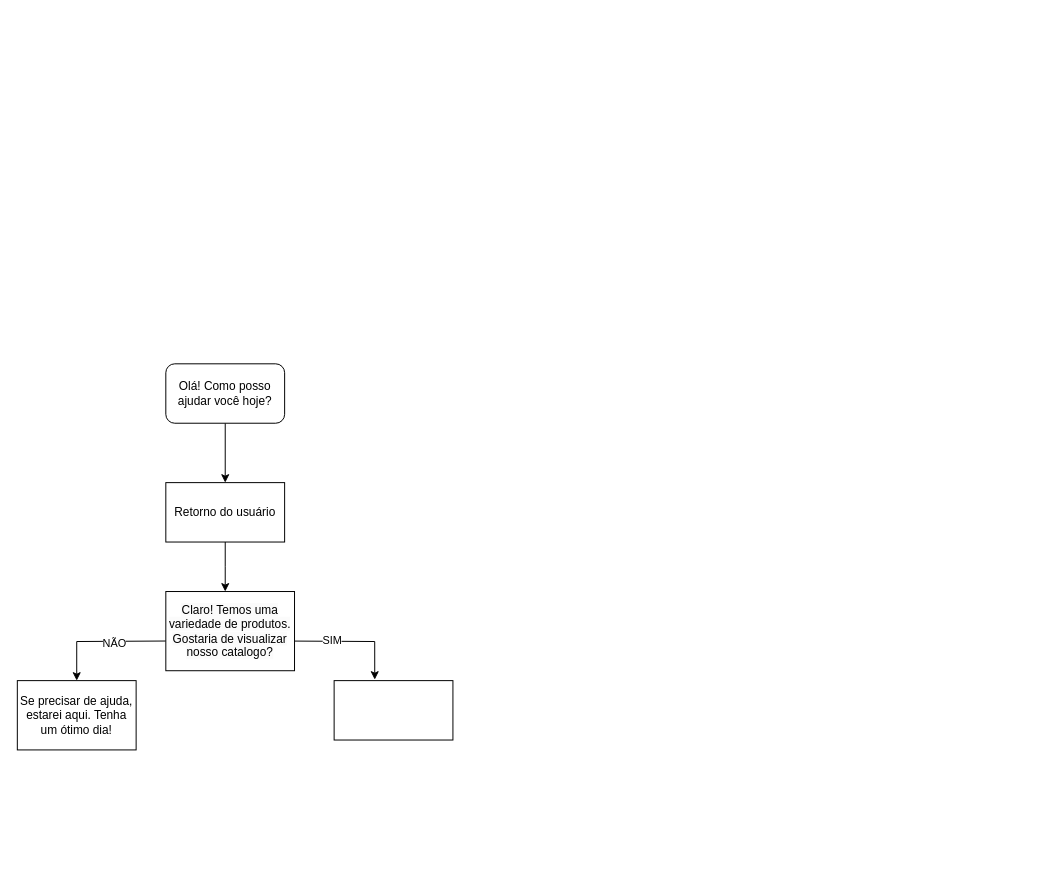
This is Fluxo conversacional.drawio from Lehbueno/Projetos, a draw.io file, before an edit. Source tidied: cells renumbered, new cells numbered last; positions are measured from the earlier drawing's top-left corner, leaving out a move shared by most shapes. Both pictures are drawn from the tidied source at 99%, with x=0, y=0 at pixel (17, 363).
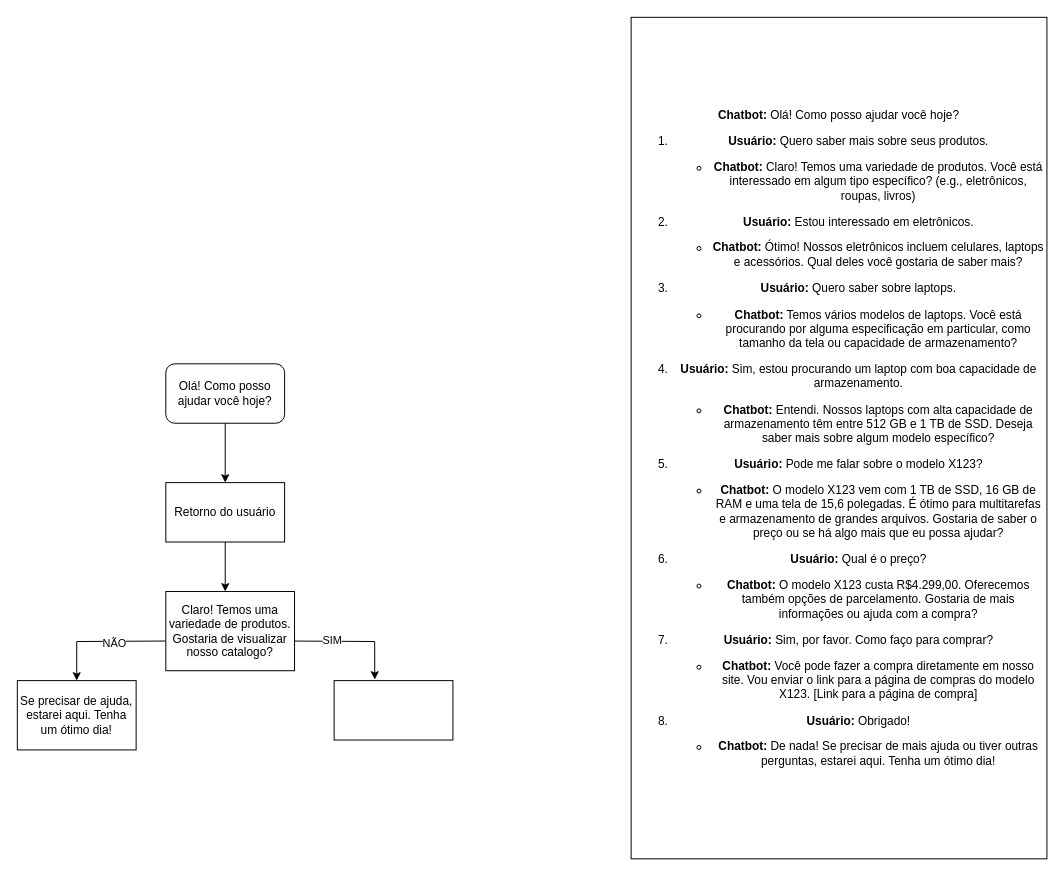
The same diagram, later.

What changed in the source:
```diff
@@
 <mxGraphModel>
   <root>
     <mxCell id="0" />
     <mxCell id="1" parent="0" />
     <mxCell id="2" style="edgeStyle=orthogonalEdgeStyle;rounded=0;jettySize=auto;html=1;entryX=0.5;entryY=0;entryDx=0;entryDy=0;" parent="1" edge="1" source="3" target="8">
       <mxGeometry relative="1" as="geometry" />
     </mxCell>
     <mxCell id="3" value="Olá! Como posso ajudar você hoje?" style="rounded=1;whiteSpace=wrap;html=1;" parent="1" vertex="1">
       <mxGeometry x="150" width="120" height="60" as="geometry" />
     </mxCell>
     <mxCell id="4" style="edgeStyle=orthogonalEdgeStyle;rounded=0;jettySize=auto;html=1;entryX=0.342;entryY=-0.017;entryDx=0;entryDy=0;entryPerimeter=0;" parent="1" edge="1" target="11">
       <mxGeometry relative="1" as="geometry">
         <mxPoint x="270" y="280" as="sourcePoint" />
       </mxGeometry>
     </mxCell>
     <mxCell id="5" value="SIM" style="edgeLabel;html=1;align=center;verticalAlign=middle;" parent="4" vertex="1">
       <mxGeometry x="-0.27" y="1" relative="1" as="geometry" />
     </mxCell>
     <mxCell id="6" style="edgeStyle=orthogonalEdgeStyle;rounded=0;jettySize=auto;html=1;entryX=0.5;entryY=0;entryDx=0;entryDy=0;" parent="1" edge="1" target="12">
       <mxGeometry relative="1" as="geometry">
         <mxPoint x="150" y="280" as="sourcePoint" />
       </mxGeometry>
     </mxCell>
     <mxCell id="7" value="NÃO" style="edgeLabel;html=1;align=center;verticalAlign=middle;" parent="6" vertex="1">
       <mxGeometry x="-0.18" y="2" relative="1" as="geometry" />
     </mxCell>
     <mxCell id="8" value="Retorno do usuário" style="rounded=0;whiteSpace=wrap;html=1;" parent="1" vertex="1">
       <mxGeometry x="150" y="120" width="120" height="60" as="geometry" />
     </mxCell>
     <mxCell id="9" value="&lt;span style=&quot;color: rgb(0, 0, 0); font-family: Helvetica; font-size: 12px; font-style: normal; font-variant-ligatures: normal; font-variant-caps: normal; font-weight: 400; letter-spacing: normal; orphans: 2; text-align: center; text-indent: 0px; text-transform: none; widows: 2; word-spacing: 0px; -webkit-text-stroke-width: 0px; white-space: normal; background-color: rgb(251, 251, 251); text-decoration-thickness: initial; text-decoration-style: initial; text-decoration-color: initial; display: inline !important; float: none;&quot;&gt;Claro! Temos uma variedade de produtos.&lt;/span&gt;&lt;br style=&quot;forced-color-adjust: none; color: rgb(0, 0, 0); font-family: Helvetica; font-size: 12px; font-style: normal; font-variant-ligatures: normal; font-variant-caps: normal; font-weight: 400; letter-spacing: normal; orphans: 2; text-align: center; text-indent: 0px; text-transform: none; widows: 2; word-spacing: 0px; -webkit-text-stroke-width: 0px; white-space: normal; background-color: rgb(251, 251, 251); text-decoration-thickness: initial; text-decoration-style: initial; text-decoration-color: initial;&quot;&gt;&lt;span style=&quot;color: rgb(0, 0, 0); font-family: Helvetica; font-size: 12px; font-style: normal; font-variant-ligatures: normal; font-variant-caps: normal; font-weight: 400; letter-spacing: normal; orphans: 2; text-align: center; text-indent: 0px; text-transform: none; widows: 2; word-spacing: 0px; -webkit-text-stroke-width: 0px; white-space: normal; background-color: rgb(251, 251, 251); text-decoration-thickness: initial; text-decoration-style: initial; text-decoration-color: initial; display: inline !important; float: none;&quot;&gt;Gostaria de visualizar nosso catalogo?&lt;/span&gt;" style="rounded=0;whiteSpace=wrap;html=1;" parent="1" vertex="1">
       <mxGeometry x="150" y="230" width="130" height="80" as="geometry" />
     </mxCell>
     <mxCell id="10" style="edgeStyle=orthogonalEdgeStyle;rounded=0;jettySize=auto;html=1;" parent="1" edge="1" source="8">
       <mxGeometry relative="1" as="geometry">
         <mxPoint x="210" y="230" as="targetPoint" />
       </mxGeometry>
     </mxCell>
     <mxCell id="11" style="rounded=0;whiteSpace=wrap;html=1;" parent="1" vertex="1">
       <mxGeometry x="320" y="320" width="120" height="60" as="geometry" />
     </mxCell>
     <mxCell id="12" value="Se precisar de ajuda, estarei aqui. Tenha um ótimo dia!" style="rounded=0;whiteSpace=wrap;html=1;" parent="1" vertex="1">
       <mxGeometry y="320" width="120" height="70" as="geometry" />
     </mxCell>
+    <mxCell id="13" value="&lt;p&gt;&lt;strong&gt;Chatbot:&lt;/strong&gt; Olá! Como posso ajudar você hoje?&lt;/p&gt;&lt;ol&gt;&lt;li&gt;&lt;p&gt;&lt;strong&gt;Usuário:&lt;/strong&gt; Quero saber mais sobre seus produtos.&lt;/p&gt;&lt;ul&gt;&lt;li&gt;&lt;strong&gt;Chatbot:&lt;/strong&gt; Claro! Temos uma variedade de produtos. Você está interessado em algum tipo específico? (e.g., eletrônicos, roupas, livros)&lt;/li&gt;&lt;/ul&gt;&lt;/li&gt;&lt;li&gt;&lt;p&gt;&lt;strong&gt;Usuário:&lt;/strong&gt; Estou interessado em eletrônicos.&lt;/p&gt;&lt;ul&gt;&lt;li&gt;&lt;strong&gt;Chatbot:&lt;/strong&gt; Ótimo! Nossos eletrônicos incluem celulares, laptops e acessórios. Qual deles você gostaria de saber mais?&lt;/li&gt;&lt;/ul&gt;&lt;/li&gt;&lt;li&gt;&lt;p&gt;&lt;strong&gt;Usuário:&lt;/strong&gt; Quero saber sobre laptops.&lt;/p&gt;&lt;ul&gt;&lt;li&gt;&lt;strong&gt;Chatbot:&lt;/strong&gt; Temos vários modelos de laptops. Você está procurando por alguma especificação em particular, como tamanho da tela ou capacidade de armazenamento?&lt;/li&gt;&lt;/ul&gt;&lt;/li&gt;&lt;li&gt;&lt;p&gt;&lt;strong&gt;Usuário:&lt;/strong&gt; Sim, estou procurando um laptop com boa capacidade de armazenamento.&lt;/p&gt;&lt;ul&gt;&lt;li&gt;&lt;strong&gt;Chatbot:&lt;/strong&gt; Entendi. Nossos laptops com alta capacidade de armazenamento têm entre 512 GB e 1 TB de SSD. Deseja saber mais sobre algum modelo específico?&lt;/li&gt;&lt;/ul&gt;&lt;/li&gt;&lt;li&gt;&lt;p&gt;&lt;strong&gt;Usuário:&lt;/strong&gt; Pode me falar sobre o modelo X123?&lt;/p&gt;&lt;ul&gt;&lt;li&gt;&lt;strong&gt;Chatbot:&lt;/strong&gt; O modelo X123 vem com 1 TB de SSD, 16 GB de RAM e uma tela de 15,6 polegadas. É ótimo para multitarefas e armazenamento de grandes arquivos. Gostaria de saber o preço ou se há algo mais que eu possa ajudar?&lt;/li&gt;&lt;/ul&gt;&lt;/li&gt;&lt;li&gt;&lt;p&gt;&lt;strong&gt;Usuário:&lt;/strong&gt; Qual é o preço?&lt;/p&gt;&lt;ul&gt;&lt;li&gt;&lt;strong&gt;Chatbot:&lt;/strong&gt; O modelo X123 custa R$4.299,00. Oferecemos também opções de parcelamento. Gostaria de mais informações ou ajuda com a compra?&lt;/li&gt;&lt;/ul&gt;&lt;/li&gt;&lt;li&gt;&lt;p&gt;&lt;strong&gt;Usuário:&lt;/strong&gt; Sim, por favor. Como faço para comprar?&lt;/p&gt;&lt;ul&gt;&lt;li&gt;&lt;strong&gt;Chatbot:&lt;/strong&gt; Você pode fazer a compra diretamente em nosso site. Vou enviar o link para a página de compras do modelo X123. [Link para a página de compra]&lt;/li&gt;&lt;/ul&gt;&lt;/li&gt;&lt;li&gt;&lt;p&gt;&lt;strong&gt;Usuário:&lt;/strong&gt; Obrigado!&lt;/p&gt;&lt;ul&gt;&lt;li&gt;&lt;strong&gt;Chatbot:&lt;/strong&gt; De nada! Se precisar de mais ajuda ou tiver outras perguntas, estarei aqui. Tenha um ótimo dia!&lt;/li&gt;&lt;/ul&gt;&lt;/li&gt;&lt;/ol&gt;" style="whiteSpace=wrap;html=1;" parent="1" vertex="1">
+      <mxGeometry x="620" y="-350" width="420" height="850" as="geometry" />
+    </mxCell>
   </root>
 </mxGraphModel>
```
